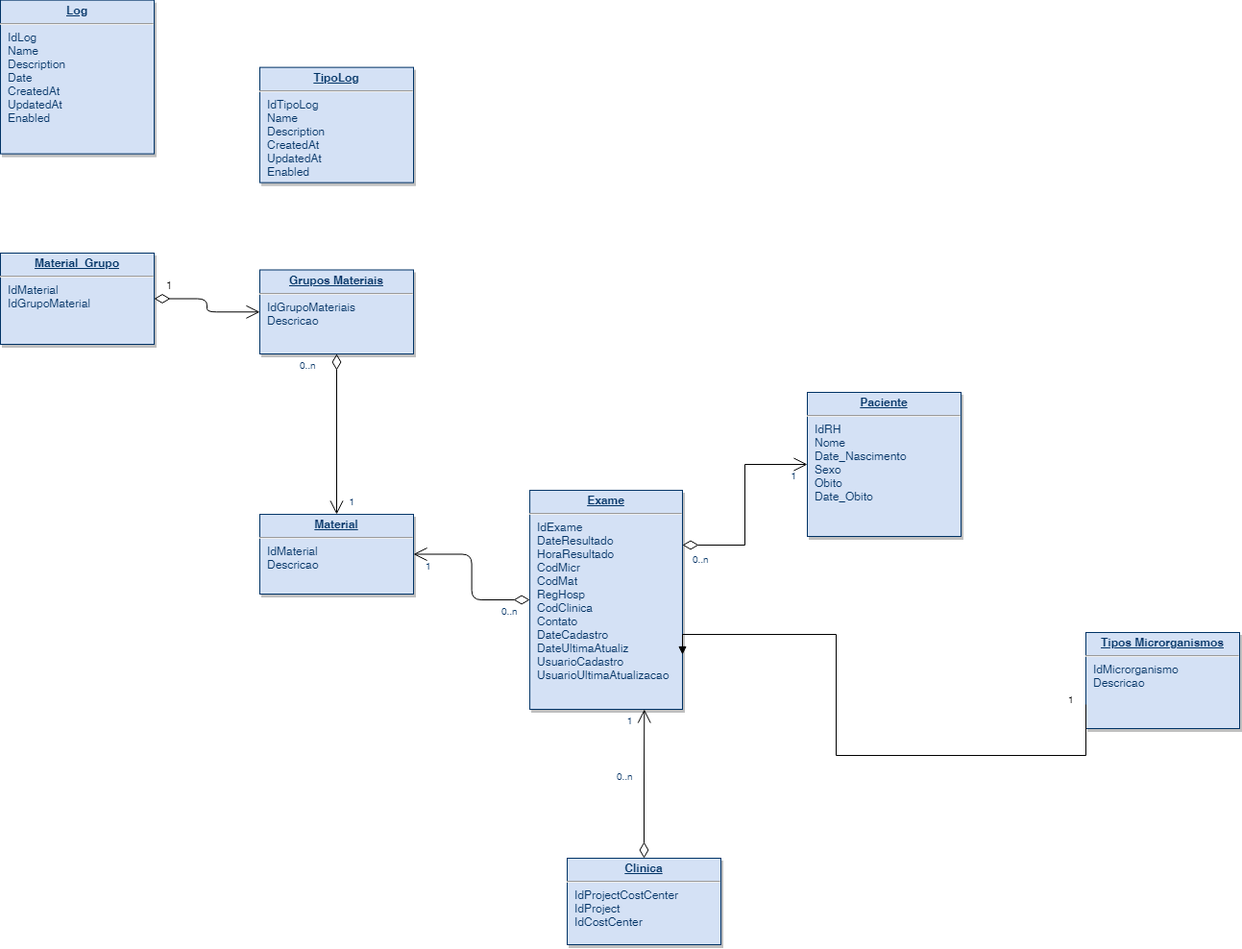
Before: DataBaseSisIsol.png, a diagram exported from draw.io (henriqlustosa/Base_Sistema_Isolamento). Source tidied: cells renumbered, new cells last; positions are measured from the earlier drawing's top-left corner, leaving out a move shared by most shapes.
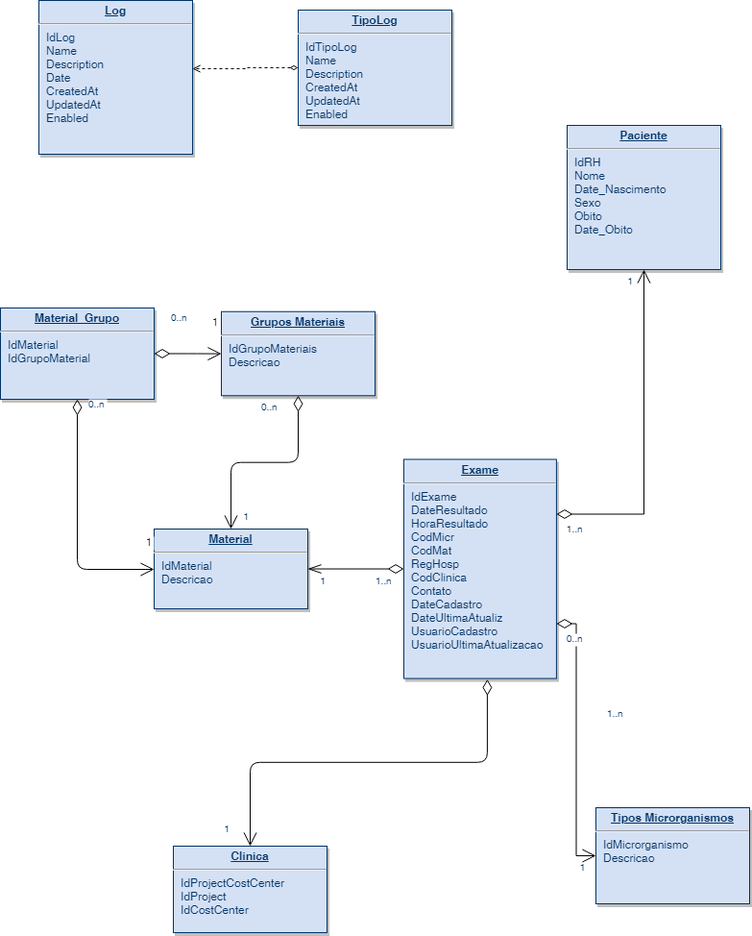
Later version of the same file.

Commit message:
Versao quase final, falta atualizar as tabelas de log

What changed in the source:
```diff
@@ -2,37 +2,45 @@
   <root>
     <mxCell id="0" />
     <mxCell id="1" parent="0" />
+    <mxCell id="26" style="edgeStyle=orthogonalEdgeStyle;rounded=0;jettySize=auto;html=1;entryX=1;entryY=0.444;entryDx=0;entryDy=0;entryPerimeter=0;startArrow=diamondThin;startFill=0;endArrow=open;endFill=0;dashed=1;" parent="1" edge="1" source="2" target="7">
+      <mxGeometry relative="1" as="geometry">
+        <Array as="points">
+          <mxPoint x="225" y="88" />
+          <mxPoint x="225" y="89" />
+        </Array>
+      </mxGeometry>
+    </mxCell>
     <mxCell id="2" value="&lt;p style=&quot;margin: 0px ; margin-top: 4px ; text-align: center ; text-decoration: underline&quot;&gt;&lt;b&gt;TipoLog&lt;/b&gt;&lt;/p&gt;&lt;hr&gt;&lt;p style=&quot;margin: 0px ; margin-left: 8px&quot;&gt;IdTipoLog&lt;br&gt;Name&lt;/p&gt;&lt;p style=&quot;margin: 0px ; margin-left: 8px&quot;&gt;Description&lt;/p&gt;&lt;p style=&quot;margin: 0px ; margin-left: 8px&quot;&gt;CreatedAt&lt;/p&gt;&lt;p style=&quot;margin: 0px ; margin-left: 8px&quot;&gt;UpdatedAt&lt;/p&gt;&lt;p style=&quot;margin: 0px ; margin-left: 8px&quot;&gt;Enabled&lt;/p&gt;" style="verticalAlign=top;align=left;overflow=fill;fontSize=12;fontFamily=Helvetica;html=1;strokeColor=#003366;shadow=1;fillColor=#D4E1F5;fontColor=#003366;" parent="1" vertex="1">
-      <mxGeometry x="270" y="69.6" width="160" height="120" as="geometry" />
+      <mxGeometry x="280" y="28" width="160" height="120" as="geometry" />
     </mxCell>
     <mxCell id="3" value="&lt;p style=&quot;margin: 0px ; margin-top: 4px ; text-align: center ; text-decoration: underline&quot;&gt;&lt;b&gt;Grupos Materiais&lt;/b&gt;&lt;/p&gt;&lt;hr&gt;&lt;p style=&quot;margin: 0px ; margin-left: 8px&quot;&gt;IdGrupoMateriais&lt;/p&gt;&lt;p style=&quot;margin: 0px ; margin-left: 8px&quot;&gt;Descricao&lt;/p&gt;&lt;p style=&quot;margin: 0px ; margin-left: 8px&quot;&gt;&lt;br&gt;&lt;/p&gt;" style="verticalAlign=top;align=left;overflow=fill;fontSize=12;fontFamily=Helvetica;html=1;strokeColor=#003366;shadow=1;fillColor=#D4E1F5;fontColor=#003366;" parent="1" vertex="1">
-      <mxGeometry x="270" y="280.5" width="160" height="87.5" as="geometry" />
+      <mxGeometry x="200" y="341.8" width="160" height="87.5" as="geometry" />
     </mxCell>
     <mxCell id="4" value="&lt;p style=&quot;margin: 0px ; margin-top: 4px ; text-align: center ; text-decoration: underline&quot;&gt;&lt;b&gt;Material_Grupo&lt;/b&gt;&lt;/p&gt;&lt;hr&gt;&lt;p style=&quot;margin: 0px ; margin-left: 8px&quot;&gt;IdMaterial&lt;/p&gt;&lt;p style=&quot;margin: 0px ; margin-left: 8px&quot;&gt;IdGrupoMaterial&lt;/p&gt;&lt;p style=&quot;margin: 0px ; margin-left: 8px&quot;&gt;&lt;br&gt;&lt;/p&gt;" style="verticalAlign=top;align=left;overflow=fill;fontSize=12;fontFamily=Helvetica;html=1;strokeColor=#003366;shadow=1;fillColor=#D4E1F5;fontColor=#003366;" parent="1" vertex="1">
-      <mxGeometry y="263" width="160" height="95" as="geometry" />
+      <mxGeometry x="-30" y="338" width="160" height="95" as="geometry" />
     </mxCell>
     <mxCell id="5" value="&lt;p style=&quot;margin: 0px ; margin-top: 4px ; text-align: center ; text-decoration: underline&quot;&gt;&lt;b&gt;Paciente&lt;/b&gt;&lt;/p&gt;&lt;hr&gt;&lt;p style=&quot;margin: 0px ; margin-left: 8px&quot;&gt;IdRH&lt;/p&gt;&lt;p style=&quot;margin: 0px ; margin-left: 8px&quot;&gt;Nome&lt;/p&gt;&lt;p style=&quot;margin: 0px ; margin-left: 8px&quot;&gt;Date_Nascimento&lt;/p&gt;&lt;p style=&quot;margin: 0px ; margin-left: 8px&quot;&gt;Sexo&lt;/p&gt;&lt;p style=&quot;margin: 0px ; margin-left: 8px&quot;&gt;Obito&lt;/p&gt;&lt;p style=&quot;margin: 0px ; margin-left: 8px&quot;&gt;Date_Obito&lt;/p&gt;&lt;p style=&quot;margin: 0px ; margin-left: 8px&quot;&gt;&lt;br&gt;&lt;/p&gt;" style="verticalAlign=top;align=left;overflow=fill;fontSize=12;fontFamily=Helvetica;html=1;strokeColor=#003366;shadow=1;fillColor=#D4E1F5;fontColor=#003366;" parent="1" vertex="1">
-      <mxGeometry x="840" y="408" width="160" height="150" as="geometry" />
+      <mxGeometry x="560" y="148" width="160" height="150" as="geometry" />
     </mxCell>
     <mxCell id="6" value="&lt;p style=&quot;margin: 0px ; margin-top: 4px ; text-align: center ; text-decoration: underline&quot;&gt;&lt;b&gt;Material&lt;/b&gt;&lt;/p&gt;&lt;hr&gt;&lt;p style=&quot;margin: 0px ; margin-left: 8px&quot;&gt;IdMaterial&lt;/p&gt;&lt;p style=&quot;margin: 0px ; margin-left: 8px&quot;&gt;Descricao&lt;/p&gt;&lt;p style=&quot;margin: 0px ; margin-left: 8px&quot;&gt;&lt;br&gt;&lt;/p&gt;" style="verticalAlign=top;align=left;overflow=fill;fontSize=12;fontFamily=Helvetica;html=1;strokeColor=#003366;shadow=1;fillColor=#D4E1F5;fontColor=#003366;" parent="1" vertex="1">
-      <mxGeometry x="270" y="535" width="160" height="83" as="geometry" />
+      <mxGeometry x="130" y="568" width="160" height="83" as="geometry" />
     </mxCell>
     <mxCell id="7" value="&lt;p style=&quot;margin: 0px ; margin-top: 4px ; text-align: center ; text-decoration: underline&quot;&gt;&lt;b&gt;Log&lt;/b&gt;&lt;/p&gt;&lt;hr&gt;&lt;p style=&quot;margin: 0px ; margin-left: 8px&quot;&gt;IdLog&lt;/p&gt;&lt;p style=&quot;margin: 0px ; margin-left: 8px&quot;&gt;Name&lt;/p&gt;&lt;p style=&quot;margin: 0px ; margin-left: 8px&quot;&gt;Description&lt;/p&gt;&lt;p style=&quot;margin: 0px ; margin-left: 8px&quot;&gt;Date&lt;/p&gt;&lt;p style=&quot;margin: 0px ; margin-left: 8px&quot;&gt;CreatedAt&lt;/p&gt;&lt;p style=&quot;margin: 0px ; margin-left: 8px&quot;&gt;UpdatedAt&lt;/p&gt;&lt;p style=&quot;margin: 0px ; margin-left: 8px&quot;&gt;Enabled&lt;/p&gt;" style="verticalAlign=top;align=left;overflow=fill;fontSize=12;fontFamily=Helvetica;html=1;strokeColor=#003366;shadow=1;fillColor=#D4E1F5;fontColor=#003366;" parent="1" vertex="1">
-      <mxGeometry y="-0.4" width="160" height="160" as="geometry" />
+      <mxGeometry x="10" y="18" width="160" height="160" as="geometry" />
     </mxCell>
     <mxCell id="8" value="&lt;p style=&quot;margin: 0px ; margin-top: 4px ; text-align: center ; text-decoration: underline&quot;&gt;&lt;strong&gt;Tipos Microrganismos&lt;/strong&gt;&lt;/p&gt;&lt;hr&gt;&lt;p style=&quot;margin: 0px ; margin-left: 8px&quot;&gt;IdMicrorganismo&lt;/p&gt;&lt;p style=&quot;margin: 0px ; margin-left: 8px&quot;&gt;Descricao&lt;/p&gt;" style="verticalAlign=top;align=left;overflow=fill;fontSize=12;fontFamily=Helvetica;html=1;strokeColor=#003366;shadow=1;fillColor=#D4E1F5;fontColor=#003366;" parent="1" vertex="1">
-      <mxGeometry x="1130" y="658" width="160" height="100" as="geometry" />
+      <mxGeometry x="590" y="858" width="160" height="100" as="geometry" />
     </mxCell>
     <mxCell id="9" value="&lt;p style=&quot;margin: 0px ; margin-top: 4px ; text-align: center ; text-decoration: underline&quot;&gt;&lt;b&gt;Exame&lt;/b&gt;&lt;/p&gt;&lt;hr&gt;&lt;p style=&quot;margin: 0px ; margin-left: 8px&quot;&gt;IdExame&lt;/p&gt;&lt;p style=&quot;margin: 0px ; margin-left: 8px&quot;&gt;DateResultado&lt;/p&gt;&lt;p style=&quot;margin: 0px ; margin-left: 8px&quot;&gt;HoraResultado&lt;/p&gt;&lt;p style=&quot;margin: 0px ; margin-left: 8px&quot;&gt;CodMicr&lt;/p&gt;&lt;p style=&quot;margin: 0px ; margin-left: 8px&quot;&gt;CodMat&lt;/p&gt;&lt;p style=&quot;margin: 0px ; margin-left: 8px&quot;&gt;RegHosp&lt;/p&gt;&lt;p style=&quot;margin: 0px ; margin-left: 8px&quot;&gt;CodClinica&lt;/p&gt;&lt;p style=&quot;margin: 0px ; margin-left: 8px&quot;&gt;Contato&lt;/p&gt;&lt;p style=&quot;margin: 0px ; margin-left: 8px&quot;&gt;DateCadastro&lt;br&gt;DateUltimaAtualiz&lt;/p&gt;&lt;p style=&quot;margin: 0px ; margin-left: 8px&quot;&gt;UsuarioCadastro&lt;/p&gt;&lt;p style=&quot;margin: 0px ; margin-left: 8px&quot;&gt;UsuarioUltimaAtualizacao&lt;/p&gt;" style="verticalAlign=top;align=left;overflow=fill;fontSize=12;fontFamily=Helvetica;html=1;strokeColor=#003366;shadow=1;fillColor=#D4E1F5;fontColor=#003366;" parent="1" vertex="1">
-      <mxGeometry x="551.1" y="510" width="158.9" height="228" as="geometry" />
+      <mxGeometry x="390" y="495.5" width="158.9" height="228" as="geometry" />
     </mxCell>
     <mxCell id="10" value="&lt;p style=&quot;margin: 0px ; margin-top: 4px ; text-align: center ; text-decoration: underline&quot;&gt;&lt;b&gt;Clinica&lt;/b&gt;&lt;/p&gt;&lt;hr&gt;&lt;p style=&quot;margin: 0px ; margin-left: 8px&quot;&gt;IdProjectCostCenter&lt;/p&gt;&lt;p style=&quot;margin: 0px ; margin-left: 8px&quot;&gt;IdProject&lt;/p&gt;&lt;p style=&quot;margin: 0px ; margin-left: 8px&quot;&gt;IdCostCenter&lt;/p&gt;" style="verticalAlign=top;align=left;overflow=fill;fontSize=12;fontFamily=Helvetica;html=1;strokeColor=#003366;shadow=1;fillColor=#D4E1F5;fontColor=#003366;" parent="1" vertex="1">
-      <mxGeometry x="590" y="893" width="160" height="90" as="geometry" />
+      <mxGeometry x="150" y="898" width="160" height="90" as="geometry" />
     </mxCell>
     <mxCell id="11" style="endArrow=open;endSize=12;startArrow=diamondThin;startSize=14;startFill=0;edgeStyle=orthogonalEdgeStyle;exitX=1;exitY=0.25;rounded=0;" parent="1" edge="1" source="9" target="5">
       <mxGeometry x="769.4" y="450" as="geometry" />
     </mxCell>
-    <mxCell id="12" value="0..n" style="align=left;verticalAlign=top;labelBackgroundColor=#ffffff;fontSize=10;strokeColor=#003366;shadow=1;fillColor=#D4E1F5;fontColor=#003366;" parent="11" vertex="1">
+    <mxCell id="12" value="1..n" style="align=left;verticalAlign=top;labelBackgroundColor=#ffffff;fontSize=10;strokeColor=#003366;shadow=1;fillColor=#D4E1F5;fontColor=#003366;" parent="11" vertex="1">
       <mxGeometry x="-1" relative="1" as="geometry">
         <mxPoint x="8.9" y="3" as="offset" />
       </mxGeometry>
@@ -42,17 +50,12 @@
         <mxPoint x="-10" as="offset" />
       </mxGeometry>
     </mxCell>
-    <mxCell id="14" style="endArrow=open;endSize=12;startArrow=diamondThin;startSize=14;startFill=0;edgeStyle=orthogonalEdgeStyle;entryX=0.75;entryY=1;" parent="1" edge="1" source="10" target="9">
+    <mxCell id="14" style="endArrow=open;endSize=12;startArrow=diamondThin;startSize=14;startFill=0;edgeStyle=orthogonalEdgeStyle;entryX=0.5;entryY=0;entryDx=0;entryDy=0;exitX=0.547;exitY=1.004;exitDx=0;exitDy=0;exitPerimeter=0;" parent="1" edge="1" source="9" target="10">
       <mxGeometry x="479.4" y="790" as="geometry" />
     </mxCell>
-    <mxCell id="15" value="0..n" style="align=left;verticalAlign=top;labelBackgroundColor=#ffffff;fontSize=10;strokeColor=#003366;shadow=1;fillColor=#D4E1F5;fontColor=#003366;" parent="14" vertex="1">
-      <mxGeometry x="-1" relative="1" as="geometry">
-        <mxPoint x="-30" y="-97.5" as="offset" />
-      </mxGeometry>
-    </mxCell>
     <mxCell id="16" value="1" style="align=right;verticalAlign=top;labelBackgroundColor=#ffffff;fontSize=10;strokeColor=#003366;shadow=1;fillColor=#D4E1F5;fontColor=#003366;" parent="14" vertex="1">
       <mxGeometry x="1" relative="1" as="geometry">
-        <mxPoint x="-11.1" as="offset" />
+        <mxPoint x="-20" y="-29.9" as="offset" />
       </mxGeometry>
     </mxCell>
     <mxCell id="17" style="endArrow=open;endSize=12;startArrow=diamondThin;startSize=14;startFill=0;edgeStyle=orthogonalEdgeStyle;" parent="1" edge="1" source="3" target="6">
@@ -68,10 +71,10 @@
         <mxPoint x="20" y="-25" as="offset" />
       </mxGeometry>
     </mxCell>
-    <mxCell id="20" style="endArrow=open;endSize=12;startArrow=diamondThin;startSize=14;startFill=0;edgeStyle=orthogonalEdgeStyle;" parent="1" edge="1" source="9" target="6">
+    <mxCell id="20" style="endArrow=openThin;endSize=12;startArrow=diamondThin;startSize=14;startFill=0;edgeStyle=orthogonalEdgeStyle;endFill=0;" parent="1" edge="1" source="9" target="6">
       <mxGeometry x="369.4" y="360" as="geometry" />
     </mxCell>
-    <mxCell id="21" value="0..n" style="align=left;verticalAlign=top;labelBackgroundColor=#ffffff;fontSize=10;strokeColor=#003366;shadow=1;fillColor=#D4E1F5;fontColor=#003366;" parent="20" vertex="1">
+    <mxCell id="21" value="1..n" style="align=left;verticalAlign=top;labelBackgroundColor=#ffffff;fontSize=10;strokeColor=#003366;shadow=1;fillColor=#D4E1F5;fontColor=#003366;" parent="20" vertex="1">
       <mxGeometry x="-1" relative="1" as="geometry">
         <mxPoint x="-31.1" as="offset" />
       </mxGeometry>
@@ -82,20 +85,38 @@
       </mxGeometry>
     </mxCell>
     <mxCell id="23" value="1" style="endArrow=open;endSize=12;startArrow=diamondThin;startSize=14;startFill=0;edgeStyle=orthogonalEdgeStyle;align=left;verticalAlign=bottom;" parent="1" edge="1" source="4" target="3">
-      <mxGeometry x="-0.82" y="5" relative="1" as="geometry" />
+      <mxGeometry x="0.69" y="24" relative="1" as="geometry" />
     </mxCell>
-    <mxCell id="24" style="endArrow=block;endFill=1;edgeStyle=orthogonalEdgeStyle;align=left;verticalAlign=top;entryX=1;entryY=0.75;exitX=0;exitY=0.75;rounded=0;" parent="1" edge="1" source="8" target="9">
-      <mxGeometry x="-1" relative="1" as="geometry">
-        <Array as="points">
-          <mxPoint x="870" y="786" />
-          <mxPoint x="870" y="660" />
-        </Array>
-      </mxGeometry>
-    </mxCell>
-    <mxCell id="25" value="1" style="align=left;verticalAlign=bottom;labelBackgroundColor=#ffffff;fontSize=10;" parent="24" vertex="1">
-      <mxGeometry x="-1" relative="1" as="geometry">
-        <mxPoint x="-20" y="2.5" as="offset" />
-      </mxGeometry>
-    </mxCell>
+    <mxCell id="27" value="1" style="endArrow=open;endSize=12;startArrow=diamondThin;startSize=14;startFill=0;edgeStyle=orthogonalEdgeStyle;align=left;verticalAlign=bottom;exitX=0.5;exitY=1;exitDx=0;exitDy=0;" parent="1" edge="1" source="4" target="6">
+      <mxGeometry x="0.92" y="19" relative="1" as="geometry">
+        <Array as="points">
+          <mxPoint x="50" y="610" />
+        </Array>
+      </mxGeometry>
+    </mxCell>
+    <mxCell id="28" style="endArrow=open;endSize=12;startArrow=diamondThin;startSize=14;startFill=0;edgeStyle=orthogonalEdgeStyle;exitX=1;exitY=0.75;rounded=0;exitDx=0;exitDy=0;entryX=0;entryY=0.5;entryDx=0;entryDy=0;" parent="1" edge="1" source="9" target="8">
+      <mxGeometry x="779.4" y="460" as="geometry" />
+    </mxCell>
+    <mxCell id="29" value="0..n" style="align=left;verticalAlign=top;labelBackgroundColor=#ffffff;fontSize=10;strokeColor=#003366;shadow=1;fillColor=#D4E1F5;fontColor=#003366;" parent="28" vertex="1">
+      <mxGeometry x="-1" relative="1" as="geometry">
+        <mxPoint x="8.9" y="3" as="offset" />
+      </mxGeometry>
+    </mxCell>
+    <mxCell id="30" value="1" style="align=right;verticalAlign=top;labelBackgroundColor=#ffffff;fontSize=10;strokeColor=#003366;shadow=1;fillColor=#D4E1F5;fontColor=#003366;" parent="28" vertex="1">
+      <mxGeometry x="1" relative="1" as="geometry">
+        <mxPoint x="-10" as="offset" />
+      </mxGeometry>
+    </mxCell>
+    <mxCell id="31" value="1..n" style="align=left;verticalAlign=top;labelBackgroundColor=#ffffff;fontSize=10;strokeColor=#003366;shadow=1;fillColor=#D4E1F5;fontColor=#003366;" parent="1" vertex="1">
+      <mxGeometry x="600" y="748" as="geometry" />
+    </mxCell>
+    <mxCell id="32" value="0..n" style="align=left;verticalAlign=top;labelBackgroundColor=#ffffff;fontSize=10;strokeColor=#003366;shadow=1;fillColor=#D4E1F5;fontColor=#003366;" parent="1" vertex="1">
+      <mxGeometry x="60" y="425.5" as="geometry" />
+    </mxCell>
+    <mxCell id="33" value="0..n" style="align=left;verticalAlign=top;labelBackgroundColor=#ffffff;fontSize=10;strokeColor=#003366;shadow=1;fillColor=#D4E1F5;fontColor=#003366;" parent="1" vertex="1">
+      <mxGeometry x="300" y="425.5" as="geometry">
+        <mxPoint x="-154" y="-90" as="offset" />
+      </mxGeometry>
+    </mxCell>
   </root>
 </mxGraphModel>
```
